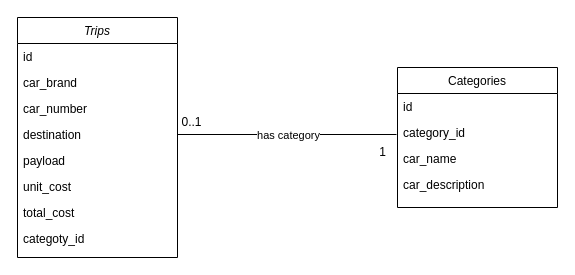
This is class_diagram.drawio from ihuod/test-wiki, a draw.io file, before an edit. Source tidied: cells renumbered, new cells numbered last; positions are measured from the earlier drawing's top-left corner, leaving out a move shared by most shapes. Both pictures are drawn from the tidied source at 100%, with x=0, y=0 at pixel (17, 17).
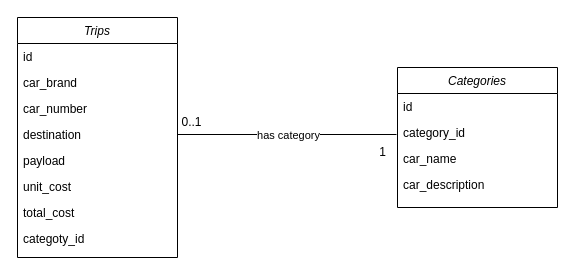
Above is the later version.

Change to the diagram source:
```diff
@@
-    <mxCell id="11" value="Categories" style="swimlane;fontStyle=0;align=center;verticalAlign=top;horizontal=1;startSize=26;rounded=0;shadow=0;strokeWidth=1;" parent="1" vertex="1">
+    <mxCell id="11" value="Categories" style="swimlane;fontStyle=2;align=center;verticalAlign=top;horizontal=1;startSize=26;rounded=0;shadow=0;strokeWidth=1;" parent="1" vertex="1">
       <mxGeometry x="380" y="50" width="160" height="140" as="geometry" />
     </mxCell>
```
